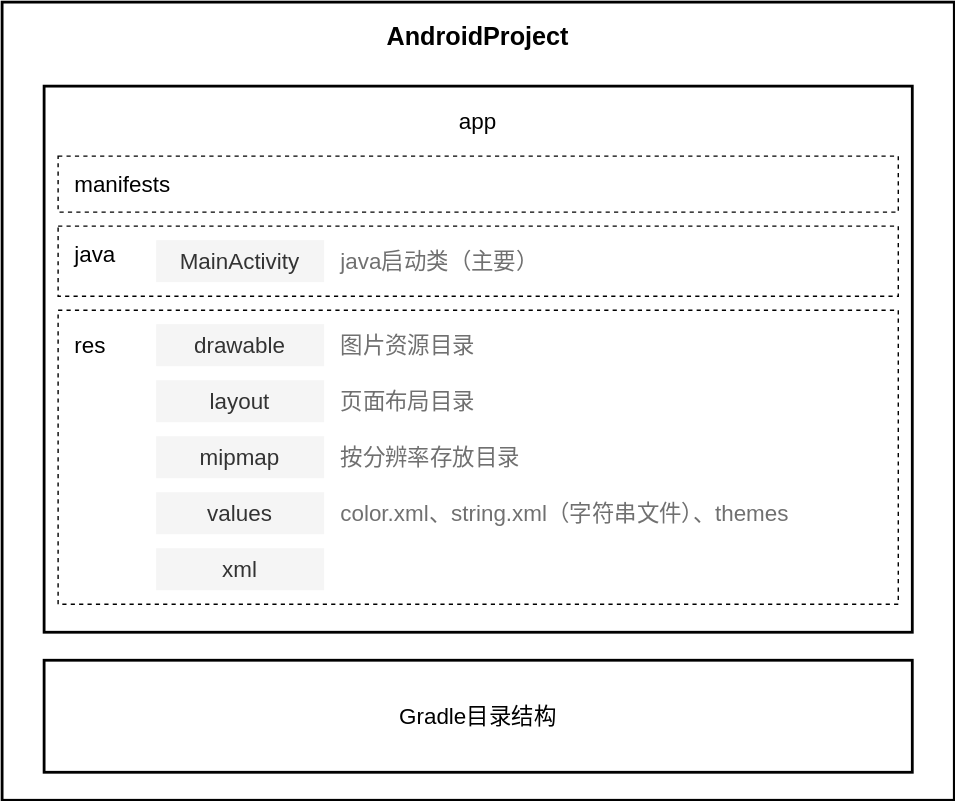
This is pictures/Android-AndroidProjectStruct.drawio.svg from creatern/NoteBook, a draw.io export, as it was before one commit. Source tidied: cells renumbered, new cells last; positions are measured from the earlier drawing's top-left corner, leaving out a move shared by most shapes.
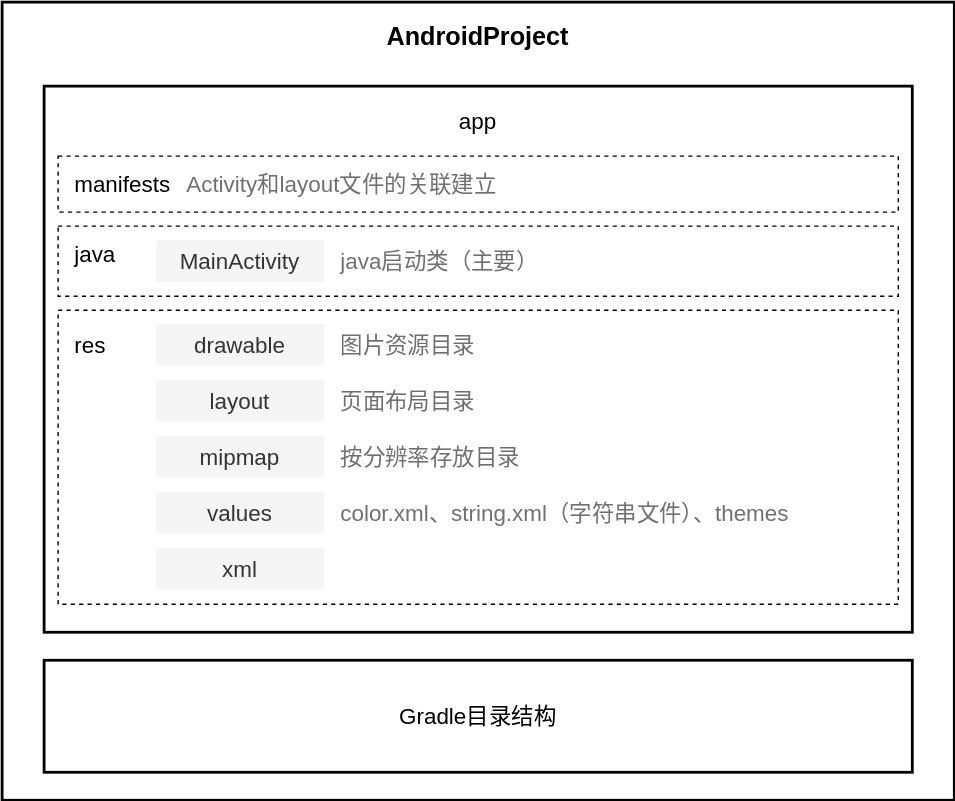
Above is the later version.

Commit message:
android-autocompleteview

Change to the diagram source:
```diff
@@ -68,5 +68,8 @@
     <mxCell id="23" value="color.xml、string.xml（字符串文件）、themes" style="text;html=1;strokeColor=none;fillColor=none;align=left;verticalAlign=middle;whiteSpace=wrap;rounded=0;fontSize=16;fontColor=#707070;" parent="1" vertex="1">
       <mxGeometry x="240" y="350" width="350" height="30" as="geometry" />
     </mxCell>
+    <mxCell id="24" value="Activity和layout文件的关联建立" style="text;html=1;strokeColor=none;fillColor=none;align=left;verticalAlign=middle;whiteSpace=wrap;rounded=0;fontSize=16;fontColor=#707070;" parent="1" vertex="1">
+      <mxGeometry x="130" y="115" width="230" height="30" as="geometry" />
+    </mxCell>
   </root>
 </mxGraphModel>
```
